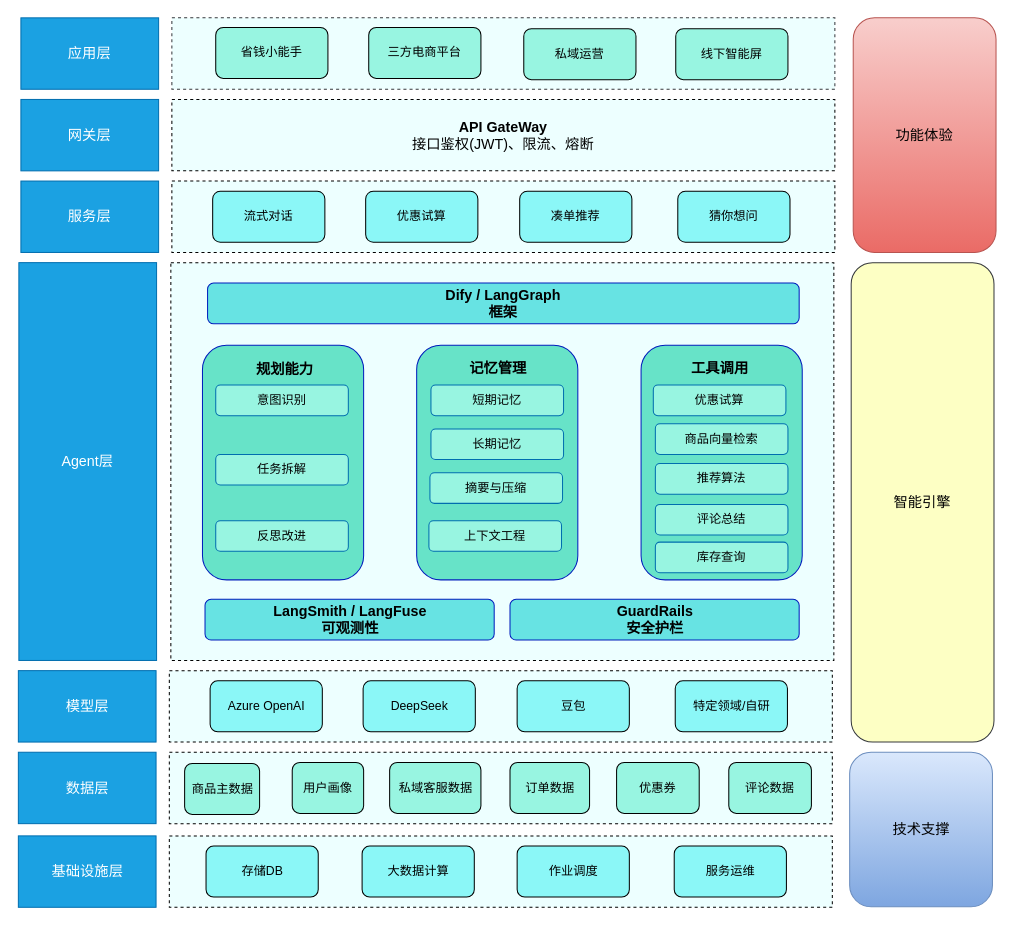
Above: engineering/架构设计/省钱小能手-智能导购架构设计图.drawio in Wanke15/wanke15.github.io (draw.io), before the change. Source tidied: cells renumbered, new cells numbered last; positions are measured from the earlier drawing's top-left corner, leaving out a move shared by most shapes. Both pictures are drawn from the tidied source at 102%, with x=0, y=0 at pixel (18, 17).
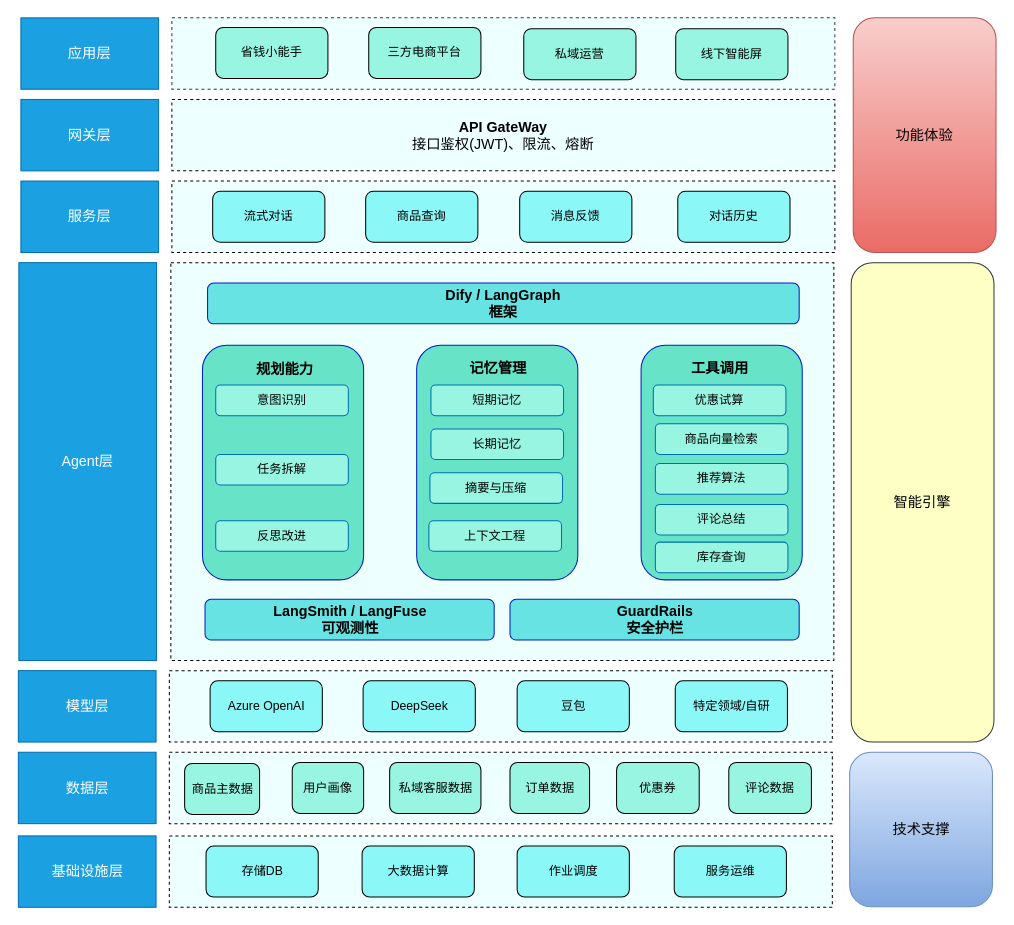
The same diagram, later.

Commit message (it also covers changes not shown here):
更新省钱小能手-智能导购架构设计图.drawio

The edit, as a diff of the source:
```diff
@@
-    <mxCell id="55" value="猜你想问" style="rounded=1;whiteSpace=wrap;html=1;fillColor=#8BF7F7;" parent="1" vertex="1">
+    <mxCell id="55" value="对话历史" style="rounded=1;whiteSpace=wrap;html=1;fillColor=#8BF7F7;" parent="1" vertex="1">
       <mxGeometry x="646" y="170" width="110" height="50" as="geometry" />
     </mxCell>
-    <mxCell id="56" value="优惠试算" style="rounded=1;whiteSpace=wrap;html=1;fillColor=#8BF7F7;" parent="1" vertex="1">
+    <mxCell id="56" value="商品查询" style="rounded=1;whiteSpace=wrap;html=1;fillColor=#8BF7F7;" parent="1" vertex="1">
       <mxGeometry x="340" y="170" width="110" height="50" as="geometry" />
     </mxCell>
-    <mxCell id="57" value="凑单推荐" style="rounded=1;whiteSpace=wrap;html=1;fillColor=#8BF7F7;" parent="1" vertex="1">
+    <mxCell id="57" value="消息反馈" style="rounded=1;whiteSpace=wrap;html=1;fillColor=#8BF7F7;" parent="1" vertex="1">
       <mxGeometry x="491" y="170" width="110" height="50" as="geometry" />
     </mxCell>
```
